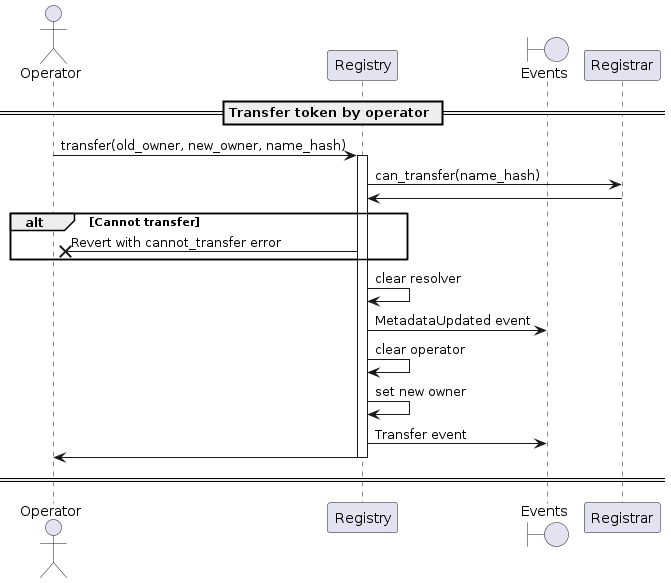
Before: docs/sequence-diagrams/puml/transfer-from-domain.png, a diagram exported from PlantUML (make-software/cspr-name-contracts).
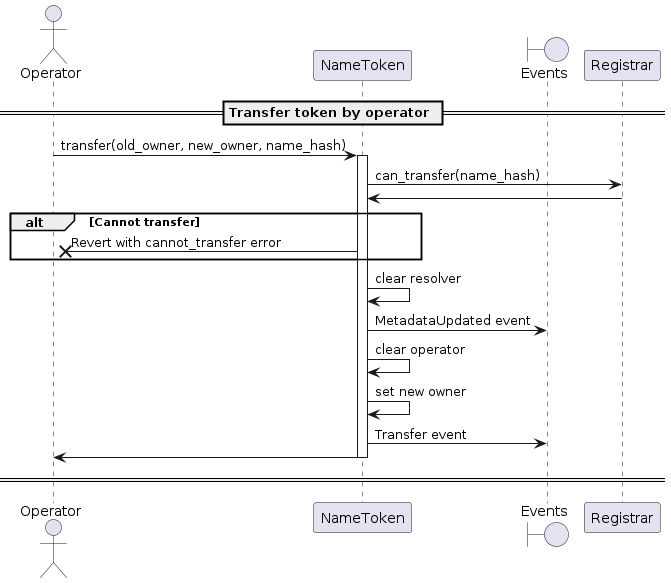
The same file after the commit.

Change to the diagram source:
```diff
@@ -1,25 +1,25 @@
 @startuml
 
 actor Operator
-participant "Registry"
+participant "NameToken"
 boundary "Events"
 
 == Transfer token by operator ==
 
-Operator -> Registry: transfer(old_owner, new_owner, name_hash)
-activate Registry
-Registry -> Registrar: can_transfer(name_hash)
-Registrar -> Registry
+Operator -> NameToken: transfer(old_owner, new_owner, name_hash)
+activate NameToken
+NameToken -> Registrar: can_transfer(name_hash)
+Registrar -> NameToken
 alt Cannot transfer
-    Registry ->X Operator: Revert with cannot_transfer error
+    NameToken ->X Operator: Revert with cannot_transfer error
 end
-Registry -> Registry: clear resolver
-Registry -> "Events": MetadataUpdated event
-Registry -> Registry: clear operator
-Registry -> Registry : set new owner
-Registry -> "Events": Transfer event
-Registry -> Operator
-deactivate Registry
+NameToken -> NameToken: clear resolver
+NameToken -> "Events": MetadataUpdated event
+NameToken -> NameToken: clear operator
+NameToken -> NameToken : set new owner
+NameToken -> "Events": Transfer event
+NameToken -> Operator
+deactivate NameToken
 
 == ==
 
```
